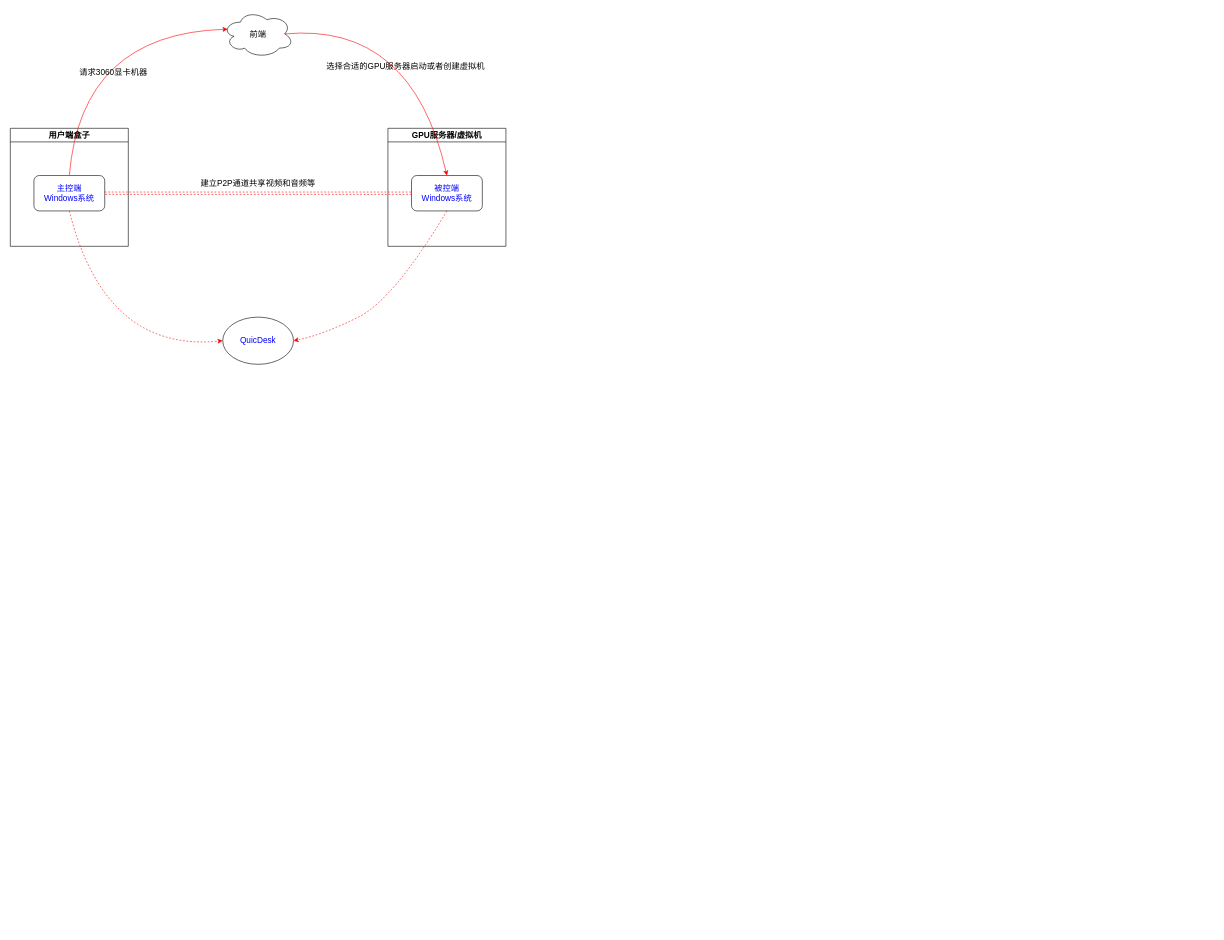
Before: page "云网吧" (10 of 10) of DBC-AIComputingNet.drawio in Jerry-se/UML, a draw.io diagram. Source tidied: cells renumbered, new cells numbered last; positions are measured from the earlier drawing's top-left corner, leaving out a move shared by most shapes. Both pictures are drawn from the tidied source at 59%, with x=0, y=0 at pixel (10, 10).
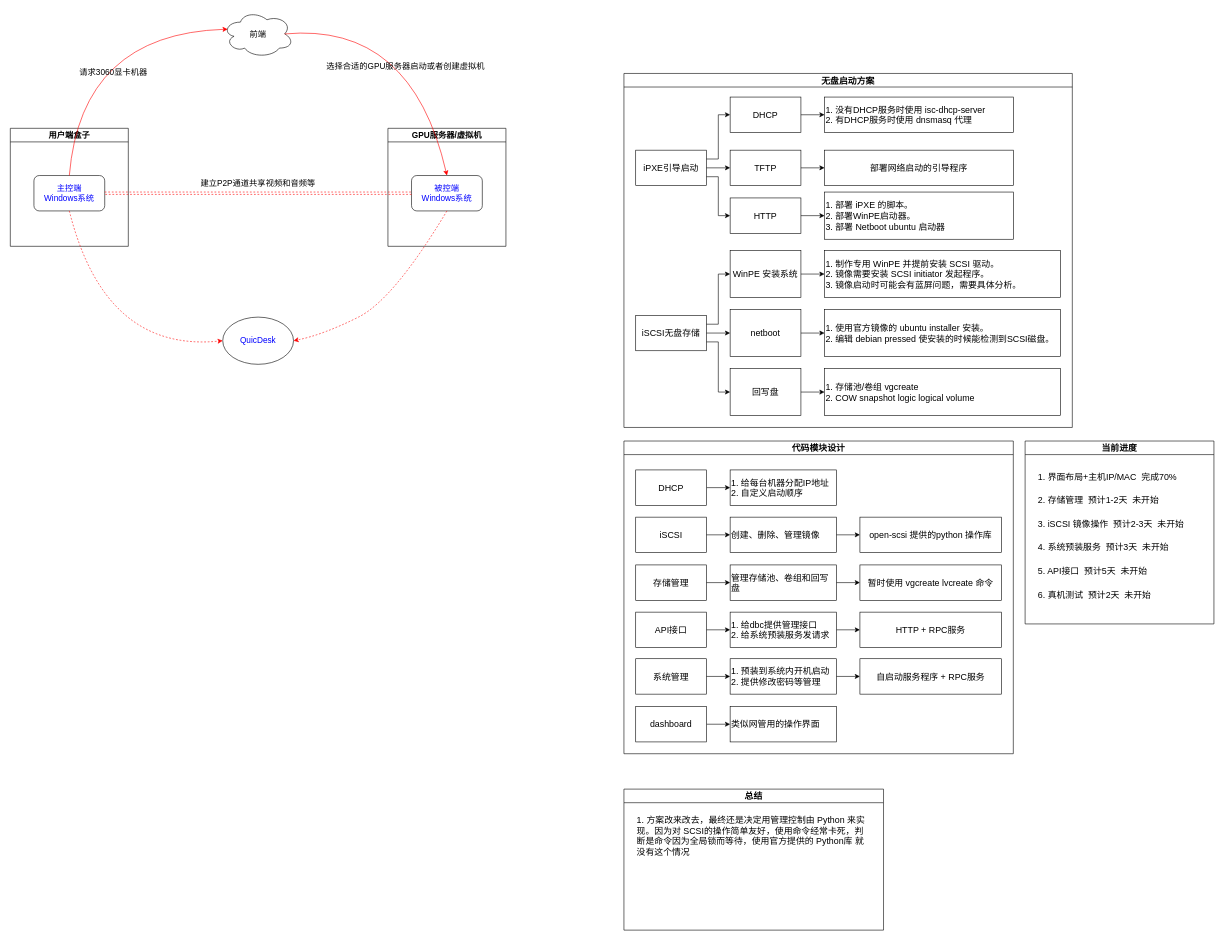
The same page after the edit.

Change to the diagram source:
```diff
@@
-<mxGraphModel>
+<mxGraphModel background="#ffffff">
@@
+    <mxCell id="16" value="无盘启动方案" style="swimlane;fontSize=15;" parent="1" vertex="1">
+      <mxGeometry x="1040" y="107" width="760" height="600" as="geometry" />
+    </mxCell>
+    <mxCell id="17" value="iPXE引导启动" style="rounded=0;whiteSpace=wrap;html=1;fontSize=15;" parent="16" vertex="1">
+      <mxGeometry x="20" y="130" width="120" height="60" as="geometry" />
+    </mxCell>
+    <mxCell id="18" value="iSCSI无盘存储" style="rounded=0;whiteSpace=wrap;html=1;fontSize=15;" parent="16" vertex="1">
+      <mxGeometry x="20" y="410" width="120" height="60" as="geometry" />
+    </mxCell>
+    <mxCell id="19" value="WinPE 安装系统" style="rounded=0;whiteSpace=wrap;html=1;fontSize=15;" parent="16" vertex="1">
+      <mxGeometry x="180" y="300" width="120" height="80" as="geometry" />
+    </mxCell>
+    <mxCell id="20" style="edgeStyle=orthogonalEdgeStyle;rounded=0;jettySize=auto;html=1;exitX=1;exitY=0.25;exitDx=0;exitDy=0;entryX=0;entryY=0.5;entryDx=0;entryDy=0;fontSize=15;" parent="16" edge="1" source="18" target="19">
+      <mxGeometry relative="1" as="geometry" />
+    </mxCell>
+    <mxCell id="21" value="netboot" style="rounded=0;whiteSpace=wrap;html=1;fontSize=15;" parent="16" vertex="1">
+      <mxGeometry x="180" y="400" width="120" height="80" as="geometry" />
+    </mxCell>
+    <mxCell id="22" style="edgeStyle=orthogonalEdgeStyle;rounded=0;jettySize=auto;html=1;exitX=1;exitY=0.5;exitDx=0;exitDy=0;entryX=0;entryY=0.5;entryDx=0;entryDy=0;fontSize=15;" parent="16" edge="1" source="18" target="21">
+      <mxGeometry relative="1" as="geometry" />
+    </mxCell>
+    <mxCell id="23" value="1. 制作专用 WinPE 并提前安装 SCSI 驱动。&lt;br style=&quot;font-size: 15px;&quot;&gt;2. 镜像需要安装 SCSI&amp;nbsp;initiator 发起程序。&lt;br style=&quot;font-size: 15px;&quot;&gt;3. 镜像启动时可能会有蓝屏问题，需要具体分析。" style="rounded=0;whiteSpace=wrap;html=1;align=left;fontSize=15;" parent="16" vertex="1">
+      <mxGeometry x="340" y="300" width="400" height="80" as="geometry" />
+    </mxCell>
+    <mxCell id="24" style="edgeStyle=orthogonalEdgeStyle;rounded=0;jettySize=auto;html=1;exitX=1;exitY=0.5;exitDx=0;exitDy=0;entryX=0;entryY=0.5;entryDx=0;entryDy=0;fontSize=15;" parent="16" edge="1" source="19" target="23">
+      <mxGeometry relative="1" as="geometry" />
+    </mxCell>
+    <mxCell id="25" value="1. 使用官方镜像的 ubuntu installer 安装。&lt;br style=&quot;font-size: 15px;&quot;&gt;2. 编辑 debian pressed 使安装的时候能检测到SCSI磁盘。" style="rounded=0;whiteSpace=wrap;html=1;align=left;fontSize=15;" parent="16" vertex="1">
+      <mxGeometry x="340" y="400" width="400" height="80" as="geometry" />
+    </mxCell>
+    <mxCell id="26" style="edgeStyle=orthogonalEdgeStyle;rounded=0;jettySize=auto;html=1;exitX=1;exitY=0.5;exitDx=0;exitDy=0;entryX=0;entryY=0.5;entryDx=0;entryDy=0;fontSize=15;" parent="16" edge="1" source="21" target="25">
+      <mxGeometry relative="1" as="geometry" />
+    </mxCell>
+    <mxCell id="27" value="DHCP" style="rounded=0;whiteSpace=wrap;html=1;fontSize=15;" parent="16" vertex="1">
+      <mxGeometry x="180" y="40" width="120" height="60" as="geometry" />
+    </mxCell>
+    <mxCell id="28" style="edgeStyle=orthogonalEdgeStyle;rounded=0;jettySize=auto;html=1;exitX=1;exitY=0.25;exitDx=0;exitDy=0;entryX=0;entryY=0.5;entryDx=0;entryDy=0;fontSize=15;" parent="16" edge="1" source="17" target="27">
+      <mxGeometry relative="1" as="geometry" />
+    </mxCell>
+    <mxCell id="29" value="TFTP" style="rounded=0;whiteSpace=wrap;html=1;fontSize=15;" parent="16" vertex="1">
+      <mxGeometry x="180" y="130" width="120" height="60" as="geometry" />
+    </mxCell>
+    <mxCell id="30" style="edgeStyle=orthogonalEdgeStyle;rounded=0;jettySize=auto;html=1;exitX=1;exitY=0.5;exitDx=0;exitDy=0;entryX=0;entryY=0.5;entryDx=0;entryDy=0;fontSize=15;" parent="16" edge="1" source="17" target="29">
+      <mxGeometry relative="1" as="geometry" />
+    </mxCell>
+    <mxCell id="31" value="1. 没有DHCP服务时使用 isc-dhcp-server&lt;br&gt;2. 有DHCP服务时使用 dnsmasq 代理" style="rounded=0;whiteSpace=wrap;html=1;fontSize=15;align=left;" parent="16" vertex="1">
+      <mxGeometry x="340" y="40" width="320" height="60" as="geometry" />
+    </mxCell>
+    <mxCell id="32" style="edgeStyle=orthogonalEdgeStyle;rounded=0;jettySize=auto;html=1;exitX=1;exitY=0.5;exitDx=0;exitDy=0;entryX=0;entryY=0.5;entryDx=0;entryDy=0;fontSize=15;" parent="16" edge="1" source="27" target="31">
+      <mxGeometry relative="1" as="geometry" />
+    </mxCell>
+    <mxCell id="33" value="部署网络启动的引导程序" style="rounded=0;whiteSpace=wrap;html=1;fontSize=15;" parent="16" vertex="1">
+      <mxGeometry x="340" y="130" width="320" height="60" as="geometry" />
+    </mxCell>
+    <mxCell id="34" style="edgeStyle=orthogonalEdgeStyle;rounded=0;jettySize=auto;html=1;exitX=1;exitY=0.5;exitDx=0;exitDy=0;entryX=0;entryY=0.5;entryDx=0;entryDy=0;fontSize=15;" parent="16" edge="1" source="29" target="33">
+      <mxGeometry relative="1" as="geometry" />
+    </mxCell>
+    <mxCell id="35" value="HTTP" style="rounded=0;whiteSpace=wrap;html=1;fontSize=15;" parent="16" vertex="1">
+      <mxGeometry x="180" y="211" width="120" height="60" as="geometry" />
+    </mxCell>
+    <mxCell id="36" style="edgeStyle=orthogonalEdgeStyle;rounded=0;jettySize=auto;html=1;exitX=1;exitY=0.75;exitDx=0;exitDy=0;entryX=0;entryY=0.5;entryDx=0;entryDy=0;fontSize=15;" parent="16" edge="1" source="17" target="35">
+      <mxGeometry relative="1" as="geometry" />
+    </mxCell>
+    <mxCell id="37" value="1. 部署 iPXE 的脚本。&lt;br&gt;2. 部署WinPE启动器。&lt;br&gt;3. 部署 Netboot ubuntu 启动器" style="rounded=0;whiteSpace=wrap;html=1;fontSize=15;align=left;" parent="16" vertex="1">
+      <mxGeometry x="340" y="201" width="320" height="80" as="geometry" />
+    </mxCell>
+    <mxCell id="38" style="edgeStyle=orthogonalEdgeStyle;rounded=0;jettySize=auto;html=1;exitX=1;exitY=0.5;exitDx=0;exitDy=0;entryX=0;entryY=0.5;entryDx=0;entryDy=0;fontSize=15;" parent="16" edge="1" source="35" target="37">
+      <mxGeometry relative="1" as="geometry" />
+    </mxCell>
+    <mxCell id="39" value="回写盘" style="rounded=0;whiteSpace=wrap;html=1;fontSize=15;" parent="16" vertex="1">
+      <mxGeometry x="180" y="500" width="120" height="80" as="geometry" />
+    </mxCell>
+    <mxCell id="40" style="edgeStyle=orthogonalEdgeStyle;rounded=0;jettySize=auto;html=1;exitX=1;exitY=0.75;exitDx=0;exitDy=0;entryX=0;entryY=0.5;entryDx=0;entryDy=0;fontSize=15;" parent="16" edge="1" source="18" target="39">
+      <mxGeometry relative="1" as="geometry" />
+    </mxCell>
+    <mxCell id="41" value="1. 存储池/卷组 vgcreate&lt;br&gt;2. COW snapshot logic&amp;nbsp;logical volume" style="rounded=0;whiteSpace=wrap;html=1;fontSize=15;align=left;" parent="16" vertex="1">
+      <mxGeometry x="340" y="500" width="400" height="80" as="geometry" />
+    </mxCell>
+    <mxCell id="42" style="edgeStyle=orthogonalEdgeStyle;rounded=0;jettySize=auto;html=1;exitX=1;exitY=0.5;exitDx=0;exitDy=0;entryX=0;entryY=0.5;entryDx=0;entryDy=0;fontSize=15;" parent="16" edge="1" source="39" target="41">
+      <mxGeometry relative="1" as="geometry" />
+    </mxCell>
+    <mxCell id="43" value="代码模块设计" style="swimlane;fontSize=15;" parent="1" vertex="1">
+      <mxGeometry x="1040" y="730" width="660" height="530" as="geometry" />
+    </mxCell>
+    <mxCell id="44" value="1. 给每台机器分配IP地址&lt;br&gt;2. 自定义启动顺序" style="rounded=0;whiteSpace=wrap;html=1;fontSize=15;align=left;" parent="43" vertex="1">
+      <mxGeometry x="180" y="49" width="180" height="60" as="geometry" />
+    </mxCell>
+    <mxCell id="45" value="iSCSI" style="rounded=0;whiteSpace=wrap;html=1;fontSize=15;" parent="43" vertex="1">
+      <mxGeometry x="20" y="129" width="120" height="60" as="geometry" />
+    </mxCell>
+    <mxCell id="46" style="edgeStyle=orthogonalEdgeStyle;rounded=0;jettySize=auto;html=1;exitX=1;exitY=0.5;exitDx=0;exitDy=0;entryX=0;entryY=0.5;entryDx=0;entryDy=0;fontSize=15;" parent="43" edge="1" source="47" target="44">
+      <mxGeometry relative="1" as="geometry" />
+    </mxCell>
+    <mxCell id="47" value="DHCP" style="rounded=0;whiteSpace=wrap;html=1;fontSize=15;" parent="43" vertex="1">
+      <mxGeometry x="20" y="49" width="120" height="60" as="geometry" />
+    </mxCell>
+    <mxCell id="48" value="存储管理" style="rounded=0;whiteSpace=wrap;html=1;fontSize=15;" parent="43" vertex="1">
+      <mxGeometry x="20" y="210" width="120" height="60" as="geometry" />
+    </mxCell>
+    <mxCell id="49" value="API接口" style="rounded=0;whiteSpace=wrap;html=1;fontSize=15;" parent="43" vertex="1">
+      <mxGeometry x="20" y="290" width="120" height="60" as="geometry" />
+    </mxCell>
+    <mxCell id="50" value="系统管理" style="rounded=0;whiteSpace=wrap;html=1;fontSize=15;" parent="43" vertex="1">
+      <mxGeometry x="20" y="369" width="120" height="60" as="geometry" />
+    </mxCell>
+    <mxCell id="51" style="edgeStyle=orthogonalEdgeStyle;rounded=0;jettySize=auto;html=1;exitX=1;exitY=0.5;exitDx=0;exitDy=0;entryX=0;entryY=0.5;entryDx=0;entryDy=0;fontSize=15;" parent="43" edge="1" source="52" target="63">
+      <mxGeometry relative="1" as="geometry" />
+    </mxCell>
+    <mxCell id="52" value="创建、删除、管理镜像" style="rounded=0;whiteSpace=wrap;html=1;fontSize=15;align=left;" parent="43" vertex="1">
+      <mxGeometry x="180" y="129" width="180" height="60" as="geometry" />
+    </mxCell>
+    <mxCell id="53" style="edgeStyle=orthogonalEdgeStyle;rounded=0;jettySize=auto;html=1;exitX=1;exitY=0.5;exitDx=0;exitDy=0;entryX=0;entryY=0.5;entryDx=0;entryDy=0;fontSize=15;" parent="43" edge="1" source="45" target="52">
+      <mxGeometry relative="1" as="geometry" />
+    </mxCell>
+    <mxCell id="54" style="edgeStyle=orthogonalEdgeStyle;rounded=0;jettySize=auto;html=1;exitX=1;exitY=0.5;exitDx=0;exitDy=0;entryX=0;entryY=0.5;entryDx=0;entryDy=0;fontSize=15;" parent="43" edge="1" source="55" target="69">
+      <mxGeometry relative="1" as="geometry" />
+    </mxCell>
+    <mxCell id="55" value="&lt;span style=&quot;&quot;&gt;管理存储池、卷组和回写盘&lt;/span&gt;" style="rounded=0;whiteSpace=wrap;html=1;fontSize=15;align=left;" parent="43" vertex="1">
+      <mxGeometry x="180" y="210" width="180" height="60" as="geometry" />
+    </mxCell>
+    <mxCell id="56" style="edgeStyle=orthogonalEdgeStyle;rounded=0;jettySize=auto;html=1;exitX=1;exitY=0.5;exitDx=0;exitDy=0;entryX=0;entryY=0.5;entryDx=0;entryDy=0;fontSize=15;" parent="43" edge="1" source="48" target="55">
+      <mxGeometry relative="1" as="geometry" />
+    </mxCell>
+    <mxCell id="57" style="edgeStyle=orthogonalEdgeStyle;rounded=0;jettySize=auto;html=1;exitX=1;exitY=0.5;exitDx=0;exitDy=0;entryX=0;entryY=0.5;entryDx=0;entryDy=0;fontSize=15;" parent="43" edge="1" source="58" target="68">
+      <mxGeometry relative="1" as="geometry" />
+    </mxCell>
+    <mxCell id="58" value="1. 给dbc提供管理接口&lt;br&gt;2. 给系统预装服务发请求" style="rounded=0;whiteSpace=wrap;html=1;fontSize=15;align=left;" parent="43" vertex="1">
+      <mxGeometry x="180" y="290" width="180" height="60" as="geometry" />
+    </mxCell>
+    <mxCell id="59" style="edgeStyle=orthogonalEdgeStyle;rounded=0;jettySize=auto;html=1;exitX=1;exitY=0.5;exitDx=0;exitDy=0;entryX=0;entryY=0.5;entryDx=0;entryDy=0;fontSize=15;" parent="43" edge="1" source="49" target="58">
+      <mxGeometry relative="1" as="geometry" />
+    </mxCell>
+    <mxCell id="60" style="edgeStyle=orthogonalEdgeStyle;rounded=0;jettySize=auto;html=1;exitX=1;exitY=0.5;exitDx=0;exitDy=0;entryX=0;entryY=0.5;entryDx=0;entryDy=0;fontSize=15;" parent="43" edge="1" source="61" target="67">
+      <mxGeometry relative="1" as="geometry" />
+    </mxCell>
+    <mxCell id="61" value="1. 预装到系统内开机启动&lt;br&gt;2. 提供修改密码等管理" style="rounded=0;whiteSpace=wrap;html=1;fontSize=15;align=left;" parent="43" vertex="1">
+      <mxGeometry x="180" y="369" width="180" height="60" as="geometry" />
+    </mxCell>
+    <mxCell id="62" style="edgeStyle=orthogonalEdgeStyle;rounded=0;jettySize=auto;html=1;exitX=1;exitY=0.5;exitDx=0;exitDy=0;entryX=0;entryY=0.5;entryDx=0;entryDy=0;fontSize=15;" parent="43" edge="1" source="50" target="61">
+      <mxGeometry relative="1" as="geometry" />
+    </mxCell>
+    <mxCell id="63" value="open-scsi 提供的python 操作库" style="rounded=0;whiteSpace=wrap;html=1;fontSize=15;" parent="43" vertex="1">
+      <mxGeometry x="400" y="129" width="240" height="60" as="geometry" />
+    </mxCell>
+    <mxCell id="64" style="edgeStyle=orthogonalEdgeStyle;rounded=0;jettySize=auto;html=1;exitX=1;exitY=0.5;exitDx=0;exitDy=0;entryX=0;entryY=0.5;entryDx=0;entryDy=0;fontSize=15;" parent="43" edge="1" source="65" target="66">
+      <mxGeometry relative="1" as="geometry" />
+    </mxCell>
+    <mxCell id="65" value="dashboard" style="rounded=0;whiteSpace=wrap;html=1;fontSize=15;" parent="43" vertex="1">
+      <mxGeometry x="20" y="450" width="120" height="60" as="geometry" />
+    </mxCell>
+    <mxCell id="66" value="类似网管用的操作界面" style="rounded=0;whiteSpace=wrap;html=1;fontSize=15;align=left;" parent="43" vertex="1">
+      <mxGeometry x="180" y="450" width="180" height="60" as="geometry" />
+    </mxCell>
+    <mxCell id="67" value="自启动服务程序 + RPC服务" style="rounded=0;whiteSpace=wrap;html=1;fontSize=15;" parent="43" vertex="1">
+      <mxGeometry x="400" y="369" width="240" height="60" as="geometry" />
+    </mxCell>
+    <mxCell id="68" value="HTTP + RPC服务" style="rounded=0;whiteSpace=wrap;html=1;fontSize=15;" parent="43" vertex="1">
+      <mxGeometry x="400" y="290" width="240" height="60" as="geometry" />
+    </mxCell>
+    <mxCell id="69" value="暂时使用 vgcreate lvcreate 命令" style="rounded=0;whiteSpace=wrap;html=1;fontSize=15;" parent="43" vertex="1">
+      <mxGeometry x="400" y="210" width="240" height="60" as="geometry" />
+    </mxCell>
+    <mxCell id="70" value="当前进度" style="swimlane;fontSize=15;" parent="1" vertex="1">
+      <mxGeometry x="1720" y="730" width="320" height="310" as="geometry" />
+    </mxCell>
+    <mxCell id="71" value="1. 界面布局+主机IP/MAC&amp;nbsp; 完成70%" style="text;html=1;strokeColor=none;fillColor=none;align=left;verticalAlign=middle;whiteSpace=wrap;rounded=0;fontSize=15;" parent="70" vertex="1">
+      <mxGeometry x="20" y="40" width="280" height="40" as="geometry" />
+    </mxCell>
+    <mxCell id="72" value="2. 存储管理&amp;nbsp; 预计1-2天&amp;nbsp; 未开始" style="text;html=1;strokeColor=none;fillColor=none;align=left;verticalAlign=middle;whiteSpace=wrap;rounded=0;fontSize=15;" parent="70" vertex="1">
+      <mxGeometry x="20" y="80" width="280" height="40" as="geometry" />
+    </mxCell>
+    <mxCell id="73" value="3. iSCSI 镜像操作&amp;nbsp; 预计2-3天&amp;nbsp; 未开始" style="text;html=1;strokeColor=none;fillColor=none;align=left;verticalAlign=middle;whiteSpace=wrap;rounded=0;fontSize=15;" parent="70" vertex="1">
+      <mxGeometry x="20" y="120" width="280" height="40" as="geometry" />
+    </mxCell>
+    <mxCell id="74" value="4. 系统预装服务&amp;nbsp; 预计3天&amp;nbsp; 未开始" style="text;html=1;strokeColor=none;fillColor=none;align=left;verticalAlign=middle;whiteSpace=wrap;rounded=0;fontSize=15;" parent="70" vertex="1">
+      <mxGeometry x="20" y="160" width="280" height="40" as="geometry" />
+    </mxCell>
+    <mxCell id="75" value="5. API接口&amp;nbsp; 预计5天&amp;nbsp; 未开始" style="text;html=1;strokeColor=none;fillColor=none;align=left;verticalAlign=middle;whiteSpace=wrap;rounded=0;fontSize=15;" parent="70" vertex="1">
+      <mxGeometry x="20" y="200" width="280" height="40" as="geometry" />
+    </mxCell>
+    <mxCell id="76" value="6. 真机测试&amp;nbsp; 预计2天&amp;nbsp; 未开始" style="text;html=1;strokeColor=none;fillColor=none;align=left;verticalAlign=middle;whiteSpace=wrap;rounded=0;fontSize=15;" parent="70" vertex="1">
+      <mxGeometry x="20" y="240" width="280" height="40" as="geometry" />
+    </mxCell>
+    <mxCell id="77" value="总结" style="swimlane;fontSize=15;" parent="1" vertex="1">
+      <mxGeometry x="1040" y="1320" width="440" height="239" as="geometry" />
+    </mxCell>
+    <mxCell id="78" value="1. 方案改来改去，最终还是决定用管理控制由 Python 来实现。因为对 SCSI的操作简单友好，使用命令经常卡死，判断是命令因为全局锁而等待，使用官方提供的 Python库 就没有这个情况" style="text;html=1;strokeColor=none;fillColor=none;align=left;verticalAlign=middle;whiteSpace=wrap;rounded=0;fontSize=15;" parent="77" vertex="1">
+      <mxGeometry x="20" y="38" width="400" height="82" as="geometry" />
+    </mxCell>
```
